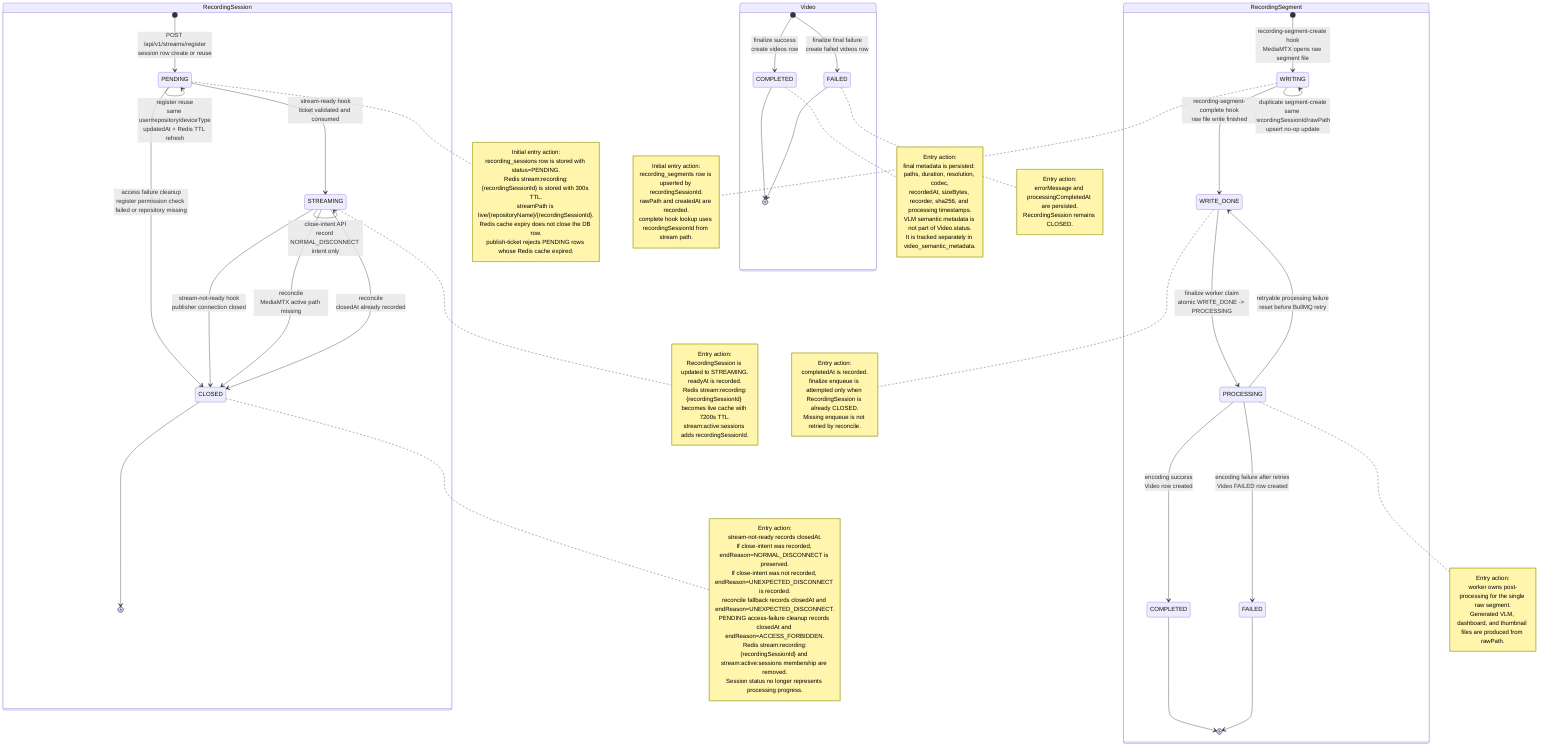
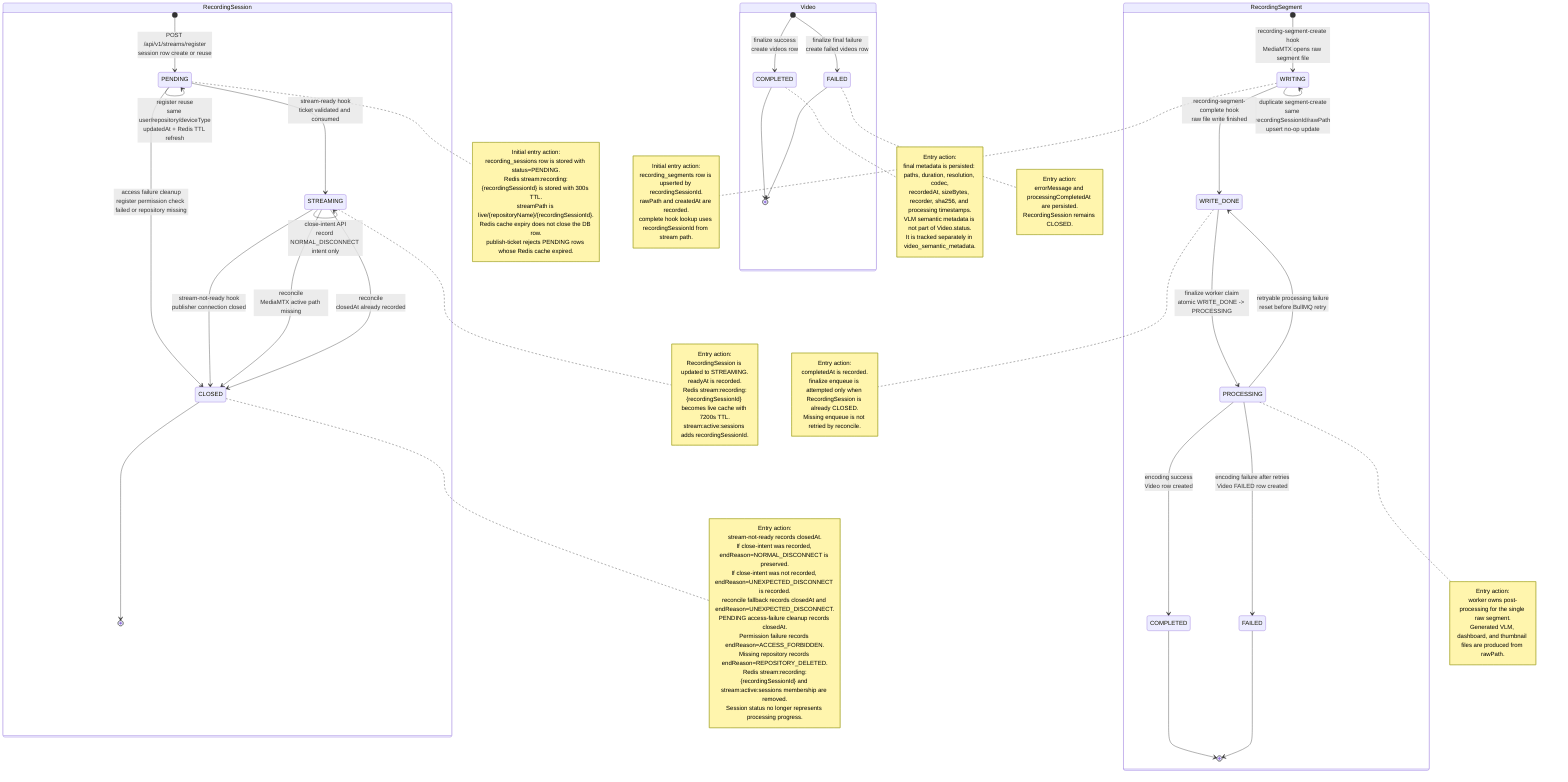
stateDiagram-v2
  state "RecordingSession" as RecordingSession {
    [*] --> RS_PENDING: POST /api/v1/streams/register<br/>session row create or reuse

    state "PENDING" as RS_PENDING
    state "STREAMING" as RS_STREAMING
    state "CLOSED" as RS_CLOSED

    note right of RS_PENDING
      Initial entry action:
      recording_sessions row is stored with status=PENDING.
      Redis stream:recording:{recordingSessionId} is stored with 300s TTL.
      streamPath is live/{repositoryName}/{recordingSessionId}.
      Redis cache expiry does not close the DB row.
      publish-ticket rejects PENDING rows whose Redis cache expired.
    end note

    RS_PENDING --> RS_PENDING: register reuse<br/>same user/repository/deviceType<br/>updatedAt + Redis TTL refresh
    RS_PENDING --> RS_STREAMING: stream-ready hook<br/>ticket validated and consumed
    RS_PENDING --> RS_CLOSED: access failure cleanup<br/>register permission check failed or repository missing

    note right of RS_STREAMING
      Entry action:
      RecordingSession is updated to STREAMING.
      readyAt is recorded.
      Redis stream:recording:{recordingSessionId} becomes live cache with 7200s TTL.
      stream:active:sessions adds recordingSessionId.
    end note

    RS_STREAMING --> RS_STREAMING: close-intent API<br/>record NORMAL_DISCONNECT intent only
    RS_STREAMING --> RS_CLOSED: stream-not-ready hook<br/>publisher connection closed
    RS_STREAMING --> RS_CLOSED: reconcile<br/>MediaMTX active path missing
    RS_STREAMING --> RS_CLOSED: reconcile<br/>closedAt already recorded

    note right of RS_CLOSED
      Entry action:
      stream-not-ready records closedAt.
      If close-intent was recorded, endReason=NORMAL_DISCONNECT is preserved.
      If close-intent was not recorded, endReason=UNEXPECTED_DISCONNECT is recorded.
      reconcile fallback records closedAt and endReason=UNEXPECTED_DISCONNECT.
-       PENDING access-failure cleanup records closedAt and endReason=ACCESS_FORBIDDEN.
+       PENDING access-failure cleanup records closedAt.
+       Permission failure records endReason=ACCESS_FORBIDDEN.
+       Missing repository records endReason=REPOSITORY_DELETED.
      Redis stream:recording:{recordingSessionId} and stream:active:sessions membership are removed.
      Session status no longer represents processing progress.
    end note

    RS_CLOSED --> [*]
  }

  state "RecordingSegment" as RecordingSegment {
    [*] --> SEG_WRITING: recording-segment-create hook<br/>MediaMTX opens raw segment file

    state "WRITING" as SEG_WRITING
    state "WRITE_DONE" as SEG_WRITE_DONE
    state "PROCESSING" as SEG_PROCESSING
    state "COMPLETED" as SEG_COMPLETED
    state "FAILED" as SEG_FAILED

    note right of SEG_WRITING
      Initial entry action:
      recording_segments row is upserted by recordingSessionId.
      rawPath and createdAt are recorded.
      complete hook lookup uses recordingSessionId from stream path.
    end note

    SEG_WRITING --> SEG_WRITING: duplicate segment-create<br/>same recordingSessionId/rawPath<br/>upsert no-op update
    SEG_WRITING --> SEG_WRITE_DONE: recording-segment-complete hook<br/>raw file write finished
    SEG_WRITE_DONE --> SEG_PROCESSING: finalize worker claim<br/>atomic WRITE_DONE -> PROCESSING
    SEG_PROCESSING --> SEG_WRITE_DONE: retryable processing failure<br/>reset before BullMQ retry
    SEG_PROCESSING --> SEG_COMPLETED: encoding success<br/>Video row created
    SEG_PROCESSING --> SEG_FAILED: encoding failure after retries<br/>Video FAILED row created

    note right of SEG_WRITE_DONE
      Entry action:
      completedAt is recorded.
      finalize enqueue is attempted only when RecordingSession is already CLOSED.
      Missing enqueue is not retried by reconcile.
    end note

    note right of SEG_PROCESSING
      Entry action:
      worker owns post-processing for the single raw segment.
      Generated VLM, dashboard, and thumbnail files are produced from rawPath.
    end note

    SEG_COMPLETED --> [*]
    SEG_FAILED --> [*]
  }

  state "Video" as Video {
    [*] --> VIDEO_COMPLETED: finalize success<br/>create videos row
    [*] --> VIDEO_FAILED: finalize final failure<br/>create failed videos row

    state "COMPLETED" as VIDEO_COMPLETED
    state "FAILED" as VIDEO_FAILED

    note right of VIDEO_COMPLETED
      Entry action:
      final metadata is persisted: paths, duration, resolution, codec,
      recordedAt, sizeBytes, recorder, sha256, and processing timestamps.
      VLM semantic metadata is not part of Video.status.
      It is tracked separately in video_semantic_metadata.
    end note

    note right of VIDEO_FAILED
      Entry action:
      errorMessage and processingCompletedAt are persisted.
      RecordingSession remains CLOSED.
    end note

    VIDEO_COMPLETED --> [*]
    VIDEO_FAILED --> [*]
  }

%% 참고:
%% RecordingSession.status는 streaming session 자체의 lifecycle만 표현한다.
%% 최초 PENDING 진입은 register API가 담당하고, STREAMING 진입은 stream-ready hook이 담당한다.
%% App 변경 필요:
%% App 종료 버튼은 legacy Stop API를 호출하지 않고
%% POST /api/v1/recordings/{recordingSessionId}/close-intent 를 먼저 호출한다.
%% body는 { "reason": "NORMAL_DISCONNECT" } 이며, 200 OK 이후 RTMP publisher socket을 정상 close한다.
%% close-intent는 RecordingSession.status를 바꾸지 않는 STREAMING self-loop이다.
%% publisher connection 종료는 stream-not-ready hook 또는 reconcile이 CLOSED로 반영한다.
%% MediaMTX stream-not-ready hook payload만으로 정상 close와 crash/reset을 완벽히 구분할 수는 없다.
%% recording session 하나는 RecordingSegment 하나만 가진다.
%% 최초 segment 진입은 segment-create hook의 WRITING row 생성이다.
%% segment-complete는 누락된 segment를 복구 생성하지 않고, 기존 단일 RecordingSegment만 WRITE_DONE으로 확정한 뒤 enqueue를 시도한다.
%% segment-complete hook이 누락되면 WRITING segment는 자동으로 WRITE_DONE/FAILED로 보정하지 않는다.
%% RecordingSegment.status가 raw segment write와 후처리 상태를 표현한다.
%% Video row는 finalize가 성공하거나 최종 실패했을 때 생성된다.
